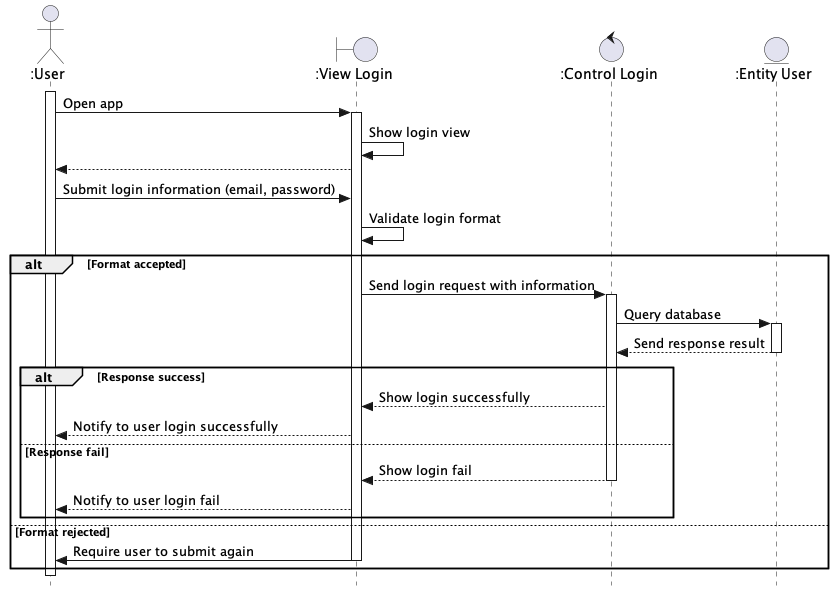
Earlier version of the PlantUML export latex_thesis/Images/mobile_app/login.png (techcomrade/fmECG).
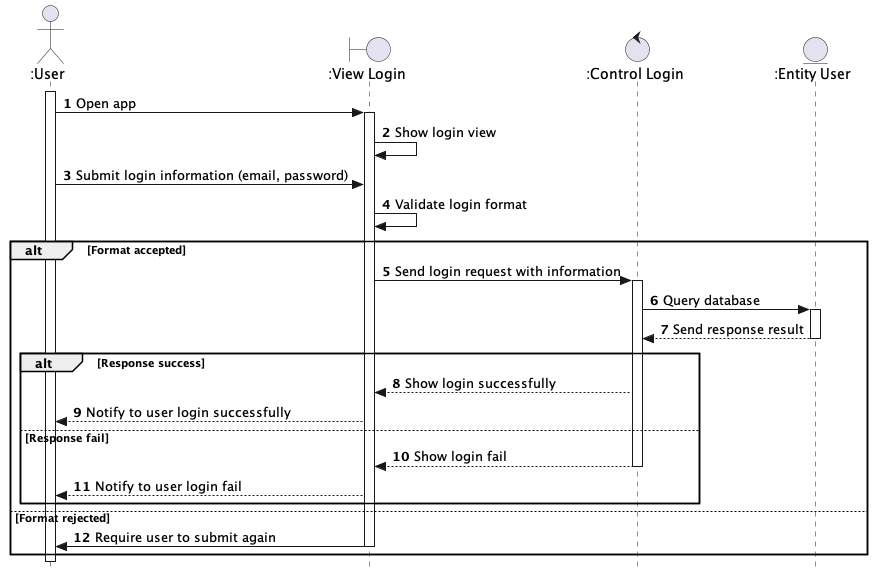
The same diagram one commit later.

The edit, as a diff of the source:
```diff
@@ -4,12 +4,12 @@
 boundary ":View Login" as ClientApp
 control ":Control Login" as Control
 entity ":Entity User" as Entity
+autonumber
 
 activate User
 User -> ClientApp: Open app
 activate ClientApp
 ClientApp -> ClientApp: Show login view
-ClientApp --> User
 User -> ClientApp: Submit login information (email, password)
 ClientApp -> ClientApp: Validate login format
 alt Format accepted
```
